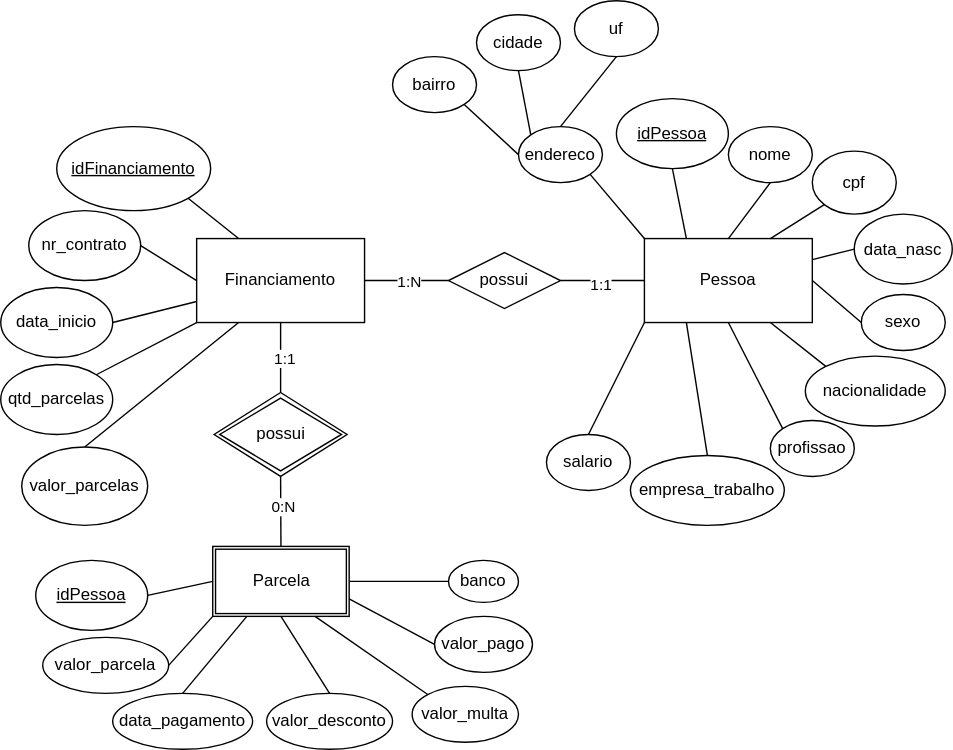
Earlier version of the draw.io export financiamento.svg (andremelchior/MERs). Source tidied: cells renumbered, new cells last; positions are measured from the earlier drawing's top-left corner, leaving out a move shared by most shapes.
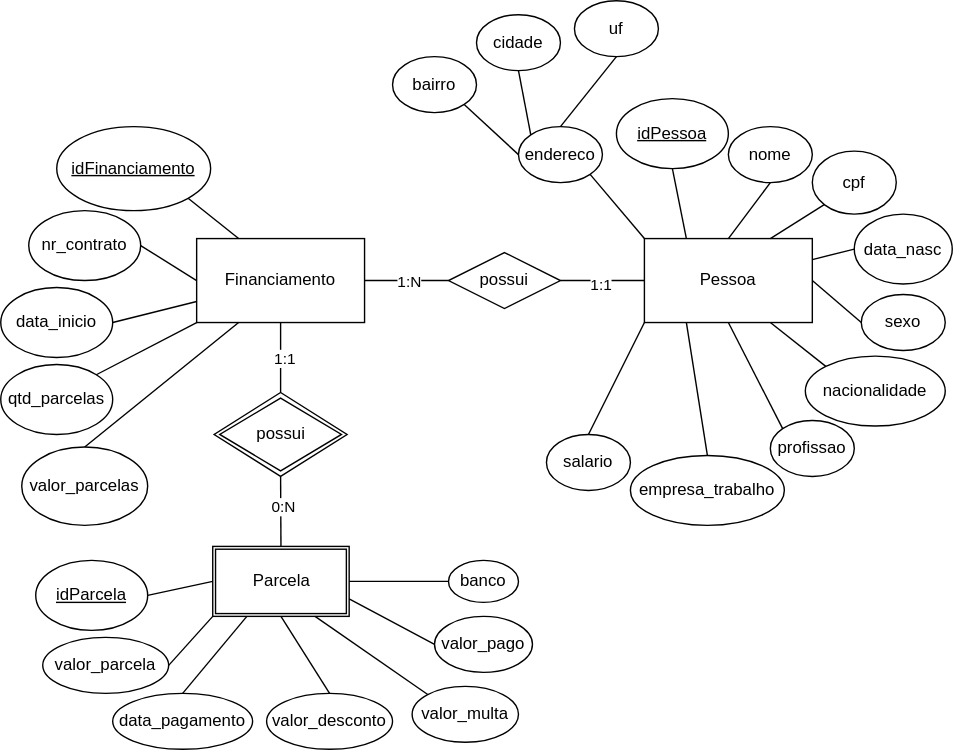
The same diagram one commit later.

Commit message:
change incorrect PK name in 'Parcela' entity

What changed in the source:
```diff
@@ -146,7 +146,7 @@
     <mxCell id="49" value="0:N" style="edgeLabel;html=1;align=center;verticalAlign=middle;" parent="48" vertex="1">
       <mxGeometry x="0.13" y="-1" relative="1" as="geometry" />
     </mxCell>
-    <mxCell id="50" value="&lt;u&gt;idPessoa&lt;/u&gt;" style="ellipse;whiteSpace=wrap;html=1;" parent="1" vertex="1">
+    <mxCell id="50" value="&lt;u&gt;idParcela&lt;/u&gt;" style="ellipse;whiteSpace=wrap;html=1;" parent="1" vertex="1">
       <mxGeometry x="25" y="400" width="80" height="50" as="geometry" />
     </mxCell>
     <mxCell id="51" value="valor_parcela" style="ellipse;whiteSpace=wrap;html=1;" parent="1" vertex="1">
```
